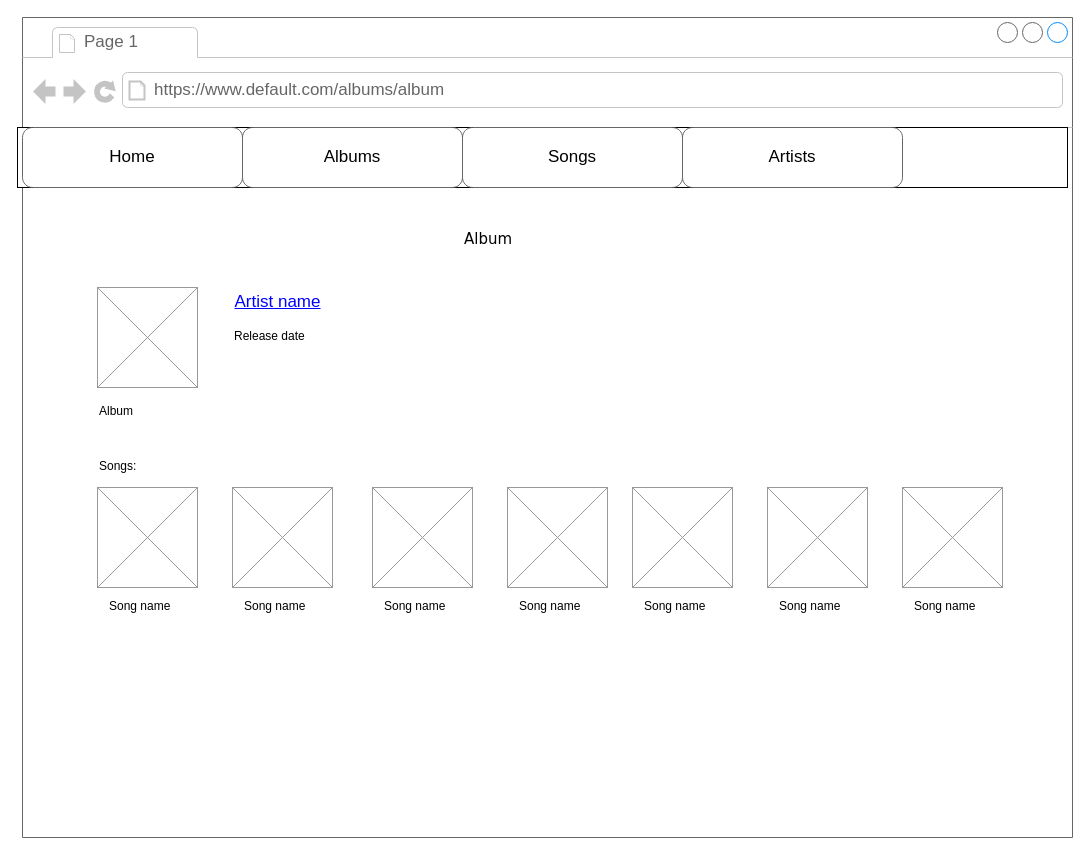
LyonBerends/web-basics keeps this draw.io diagram as Documentation/wireframes/album.drawio. Above is the earlier version. Source tidied: cells renumbered, new cells numbered last; positions are measured from the earlier drawing's top-left corner, leaving out a move shared by most shapes. Both pictures are drawn from the tidied source at 100%, with x=0, y=0 at pixel (17, 17).
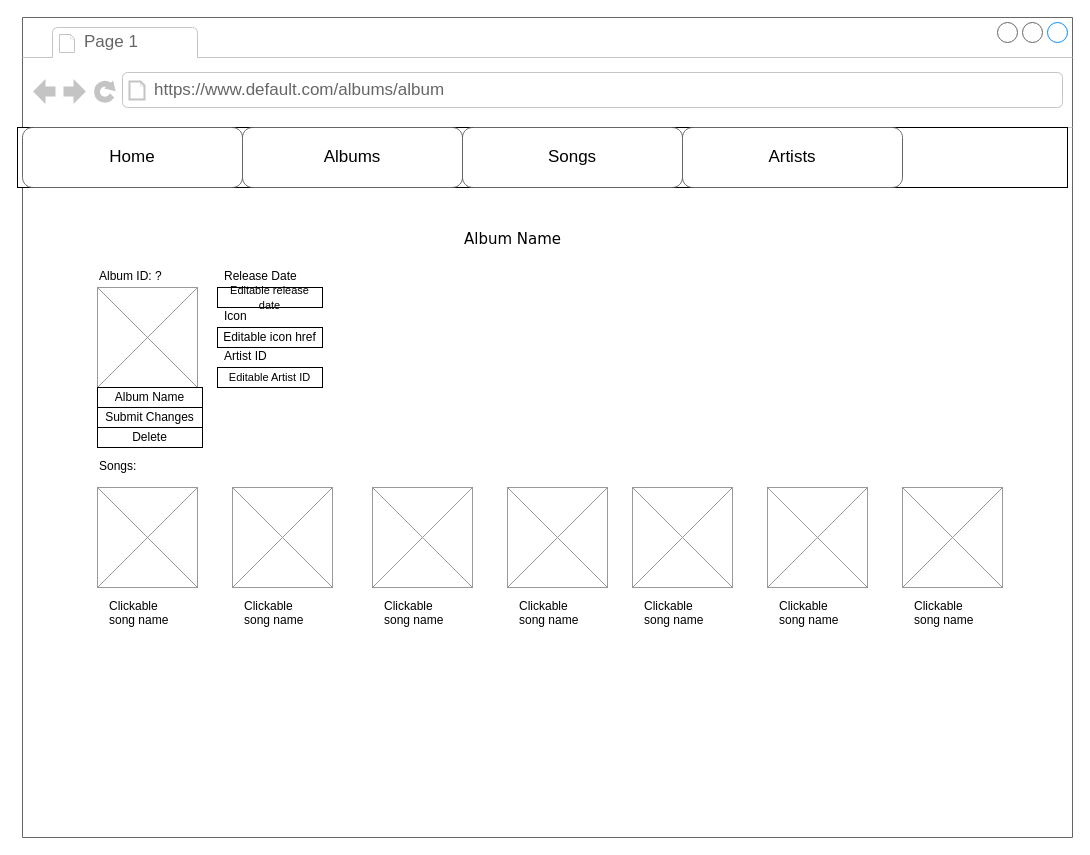
Above is the later version.

Unchanged cells that the change refers to:
```xml
<mxCell id="2" style="strokeWidth=1;shadow=0;dashed=0;align=center;html=1;shape=mxgraph.mockup.containers.browserWindow;rSize=0;strokeColor=#666666;mainText=,;rounded=0;labelBackgroundColor=none;fontFamily=Verdana;fontSize=12;" parent="1" vertex="1">
  <mxGeometry x="5" width="1050" height="820" as="geometry" />
</mxCell>
```

What changed in the source:
```diff
@@
-    <mxCell id="5" value="Album" style="text;html=1;align=left;verticalAlign=top;spacingTop=-4;fontSize=15;fontFamily=Verdana;" parent="2" vertex="1">
+    <mxCell id="5" value="Album Name" style="text;html=1;align=left;verticalAlign=top;spacingTop=-4;fontSize=15;fontFamily=Verdana;" parent="2" vertex="1">
       <mxGeometry x="440" y="210" width="170" height="30" as="geometry" />
     </mxCell>
@@
-    <mxCell id="12" value="Album" style="text;spacingTop=-5;whiteSpace=wrap;html=1;align=left;fontSize=12;fontFamily=Helvetica;fillColor=none;strokeColor=none;" parent="2" vertex="1">
-      <mxGeometry x="75" y="385" width="80" height="20" as="geometry" />
-    </mxCell>
@@
-    <mxCell id="15" value="Song name" style="text;spacingTop=-5;whiteSpace=wrap;html=1;align=left;fontSize=12;fontFamily=Helvetica;fillColor=none;strokeColor=none;" parent="2" vertex="1">
+    <mxCell id="15" value="Clickable song name" style="text;spacingTop=-5;whiteSpace=wrap;html=1;align=left;fontSize=12;fontFamily=Helvetica;fillColor=none;strokeColor=none;" parent="2" vertex="1">
       <mxGeometry x="85" y="580" width="80" height="20" as="geometry" />
     </mxCell>
-    <mxCell id="16" value="Artist name" style="shape=rectangle;strokeColor=none;fillColor=none;linkText=;fontSize=17;fontColor=#0000ff;fontStyle=4;html=1;align=center;" parent="2" vertex="1">
-      <mxGeometry x="180" y="270" width="150" height="30" as="geometry" />
-    </mxCell>
-    <mxCell id="17" value="Release date" style="text;spacingTop=-5;whiteSpace=wrap;html=1;align=left;fontSize=12;fontFamily=Helvetica;fillColor=none;strokeColor=none;" parent="2" vertex="1">
-      <mxGeometry x="210" y="310" width="80" height="20" as="geometry" />
-    </mxCell>
@@
-    <mxCell id="19" value="Song name" style="text;spacingTop=-5;whiteSpace=wrap;html=1;align=left;fontSize=12;fontFamily=Helvetica;fillColor=none;strokeColor=none;" parent="2" vertex="1">
+    <mxCell id="19" value="Clickable song name" style="text;spacingTop=-5;whiteSpace=wrap;html=1;align=left;fontSize=12;fontFamily=Helvetica;fillColor=none;strokeColor=none;" parent="2" vertex="1">
       <mxGeometry x="220" y="580" width="80" height="20" as="geometry" />
     </mxCell>
@@
-    <mxCell id="21" value="Song name" style="text;spacingTop=-5;whiteSpace=wrap;html=1;align=left;fontSize=12;fontFamily=Helvetica;fillColor=none;strokeColor=none;" parent="2" vertex="1">
+    <mxCell id="21" value="Clickable song name" style="text;spacingTop=-5;whiteSpace=wrap;html=1;align=left;fontSize=12;fontFamily=Helvetica;fillColor=none;strokeColor=none;" parent="2" vertex="1">
       <mxGeometry x="360" y="580" width="80" height="20" as="geometry" />
     </mxCell>
@@
-    <mxCell id="23" value="Song name" style="text;spacingTop=-5;whiteSpace=wrap;html=1;align=left;fontSize=12;fontFamily=Helvetica;fillColor=none;strokeColor=none;" parent="2" vertex="1">
+    <mxCell id="23" value="Clickable song name" style="text;spacingTop=-5;whiteSpace=wrap;html=1;align=left;fontSize=12;fontFamily=Helvetica;fillColor=none;strokeColor=none;" parent="2" vertex="1">
       <mxGeometry x="495" y="580" width="80" height="20" as="geometry" />
     </mxCell>
@@
-    <mxCell id="25" value="Song name" style="text;spacingTop=-5;whiteSpace=wrap;html=1;align=left;fontSize=12;fontFamily=Helvetica;fillColor=none;strokeColor=none;" parent="2" vertex="1">
+    <mxCell id="25" value="Clickable song name" style="text;spacingTop=-5;whiteSpace=wrap;html=1;align=left;fontSize=12;fontFamily=Helvetica;fillColor=none;strokeColor=none;" parent="2" vertex="1">
       <mxGeometry x="620" y="580" width="80" height="20" as="geometry" />
     </mxCell>
@@
-    <mxCell id="27" value="Song name" style="text;spacingTop=-5;whiteSpace=wrap;html=1;align=left;fontSize=12;fontFamily=Helvetica;fillColor=none;strokeColor=none;" parent="2" vertex="1">
+    <mxCell id="27" value="Clickable song name" style="text;spacingTop=-5;whiteSpace=wrap;html=1;align=left;fontSize=12;fontFamily=Helvetica;fillColor=none;strokeColor=none;" parent="2" vertex="1">
       <mxGeometry x="755" y="580" width="80" height="20" as="geometry" />
     </mxCell>
@@
-    <mxCell id="29" value="Song name" style="text;spacingTop=-5;whiteSpace=wrap;html=1;align=left;fontSize=12;fontFamily=Helvetica;fillColor=none;strokeColor=none;" parent="2" vertex="1">
+    <mxCell id="29" value="Clickable song name" style="text;spacingTop=-5;whiteSpace=wrap;html=1;align=left;fontSize=12;fontFamily=Helvetica;fillColor=none;strokeColor=none;" parent="2" vertex="1">
       <mxGeometry x="890" y="580" width="80" height="20" as="geometry" />
     </mxCell>
+    <mxCell id="30" value="Album ID: ?" style="text;spacingTop=-5;whiteSpace=wrap;html=1;align=left;fontSize=12;fontFamily=Helvetica;fillColor=none;strokeColor=none;" parent="2" vertex="1">
+      <mxGeometry x="75" y="250" width="80" height="20" as="geometry" />
+    </mxCell>
+    <mxCell id="31" value="Album Name" style="rounded=0;whiteSpace=wrap;html=1;" parent="2" vertex="1">
+      <mxGeometry x="75" y="370" width="105" height="20" as="geometry" />
+    </mxCell>
+    <mxCell id="32" value="Delete" style="rounded=0;whiteSpace=wrap;html=1;" parent="2" vertex="1">
+      <mxGeometry x="75" y="410" width="105" height="20" as="geometry" />
+    </mxCell>
+    <mxCell id="33" value="Submit Changes" style="rounded=0;whiteSpace=wrap;html=1;" parent="2" vertex="1">
+      <mxGeometry x="75" y="390" width="105" height="20" as="geometry" />
+    </mxCell>
+    <mxCell id="34" value="Release Date" style="text;spacingTop=-5;whiteSpace=wrap;html=1;align=left;fontSize=12;fontFamily=Helvetica;fillColor=none;strokeColor=none;" parent="2" vertex="1">
+      <mxGeometry x="200" y="250" width="80" height="20" as="geometry" />
+    </mxCell>
+    <mxCell id="35" value="&lt;font style=&quot;font-size: 11px;&quot;&gt;Editable release date&lt;/font&gt;" style="rounded=0;whiteSpace=wrap;html=1;" parent="2" vertex="1">
+      <mxGeometry x="195" y="270" width="105" height="20" as="geometry" />
+    </mxCell>
+    <mxCell id="36" value="Icon" style="text;spacingTop=-5;whiteSpace=wrap;html=1;align=left;fontSize=12;fontFamily=Helvetica;fillColor=none;strokeColor=none;" parent="2" vertex="1">
+      <mxGeometry x="200" y="290" width="80" height="20" as="geometry" />
+    </mxCell>
+    <mxCell id="37" value="Editable icon href" style="rounded=0;whiteSpace=wrap;html=1;" parent="2" vertex="1">
+      <mxGeometry x="195" y="310" width="105" height="20" as="geometry" />
+    </mxCell>
+    <mxCell id="38" value="Artist ID" style="text;spacingTop=-5;whiteSpace=wrap;html=1;align=left;fontSize=12;fontFamily=Helvetica;fillColor=none;strokeColor=none;" parent="2" vertex="1">
+      <mxGeometry x="200" y="330" width="80" height="20" as="geometry" />
+    </mxCell>
+    <mxCell id="39" value="&lt;font style=&quot;font-size: 11px;&quot;&gt;Editable Artist ID&lt;br&gt;&lt;/font&gt;" style="rounded=0;whiteSpace=wrap;html=1;" parent="2" vertex="1">
+      <mxGeometry x="195" y="350" width="105" height="20" as="geometry" />
+    </mxCell>
```
